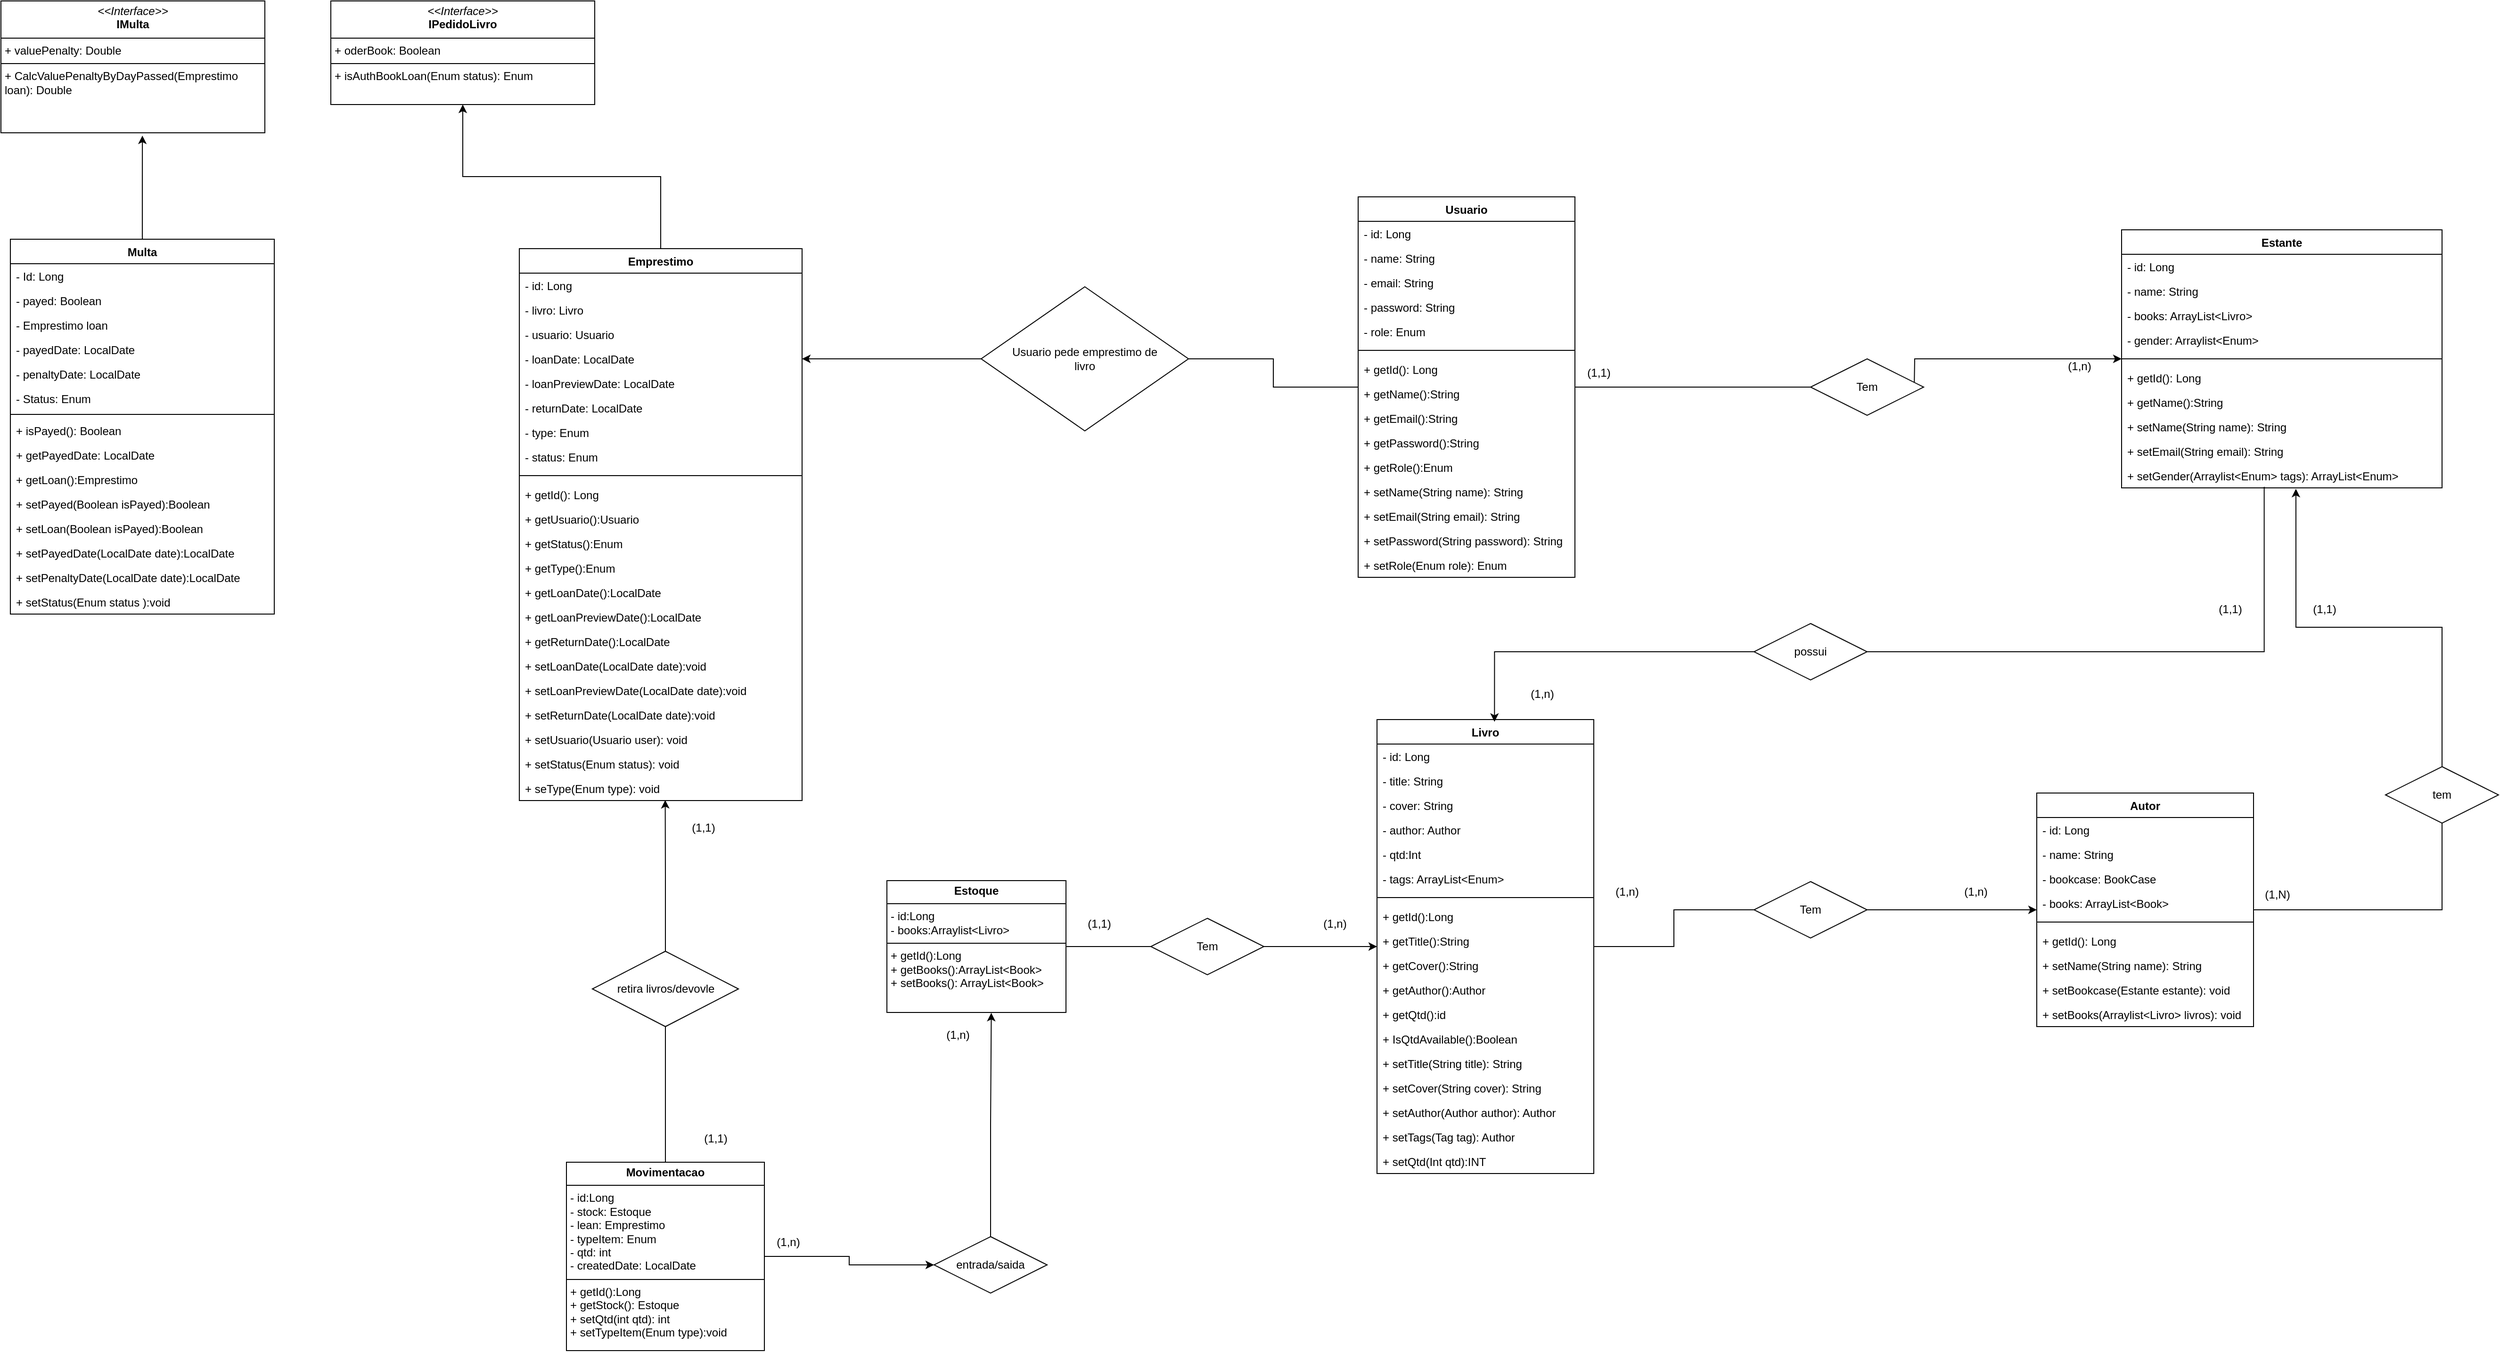
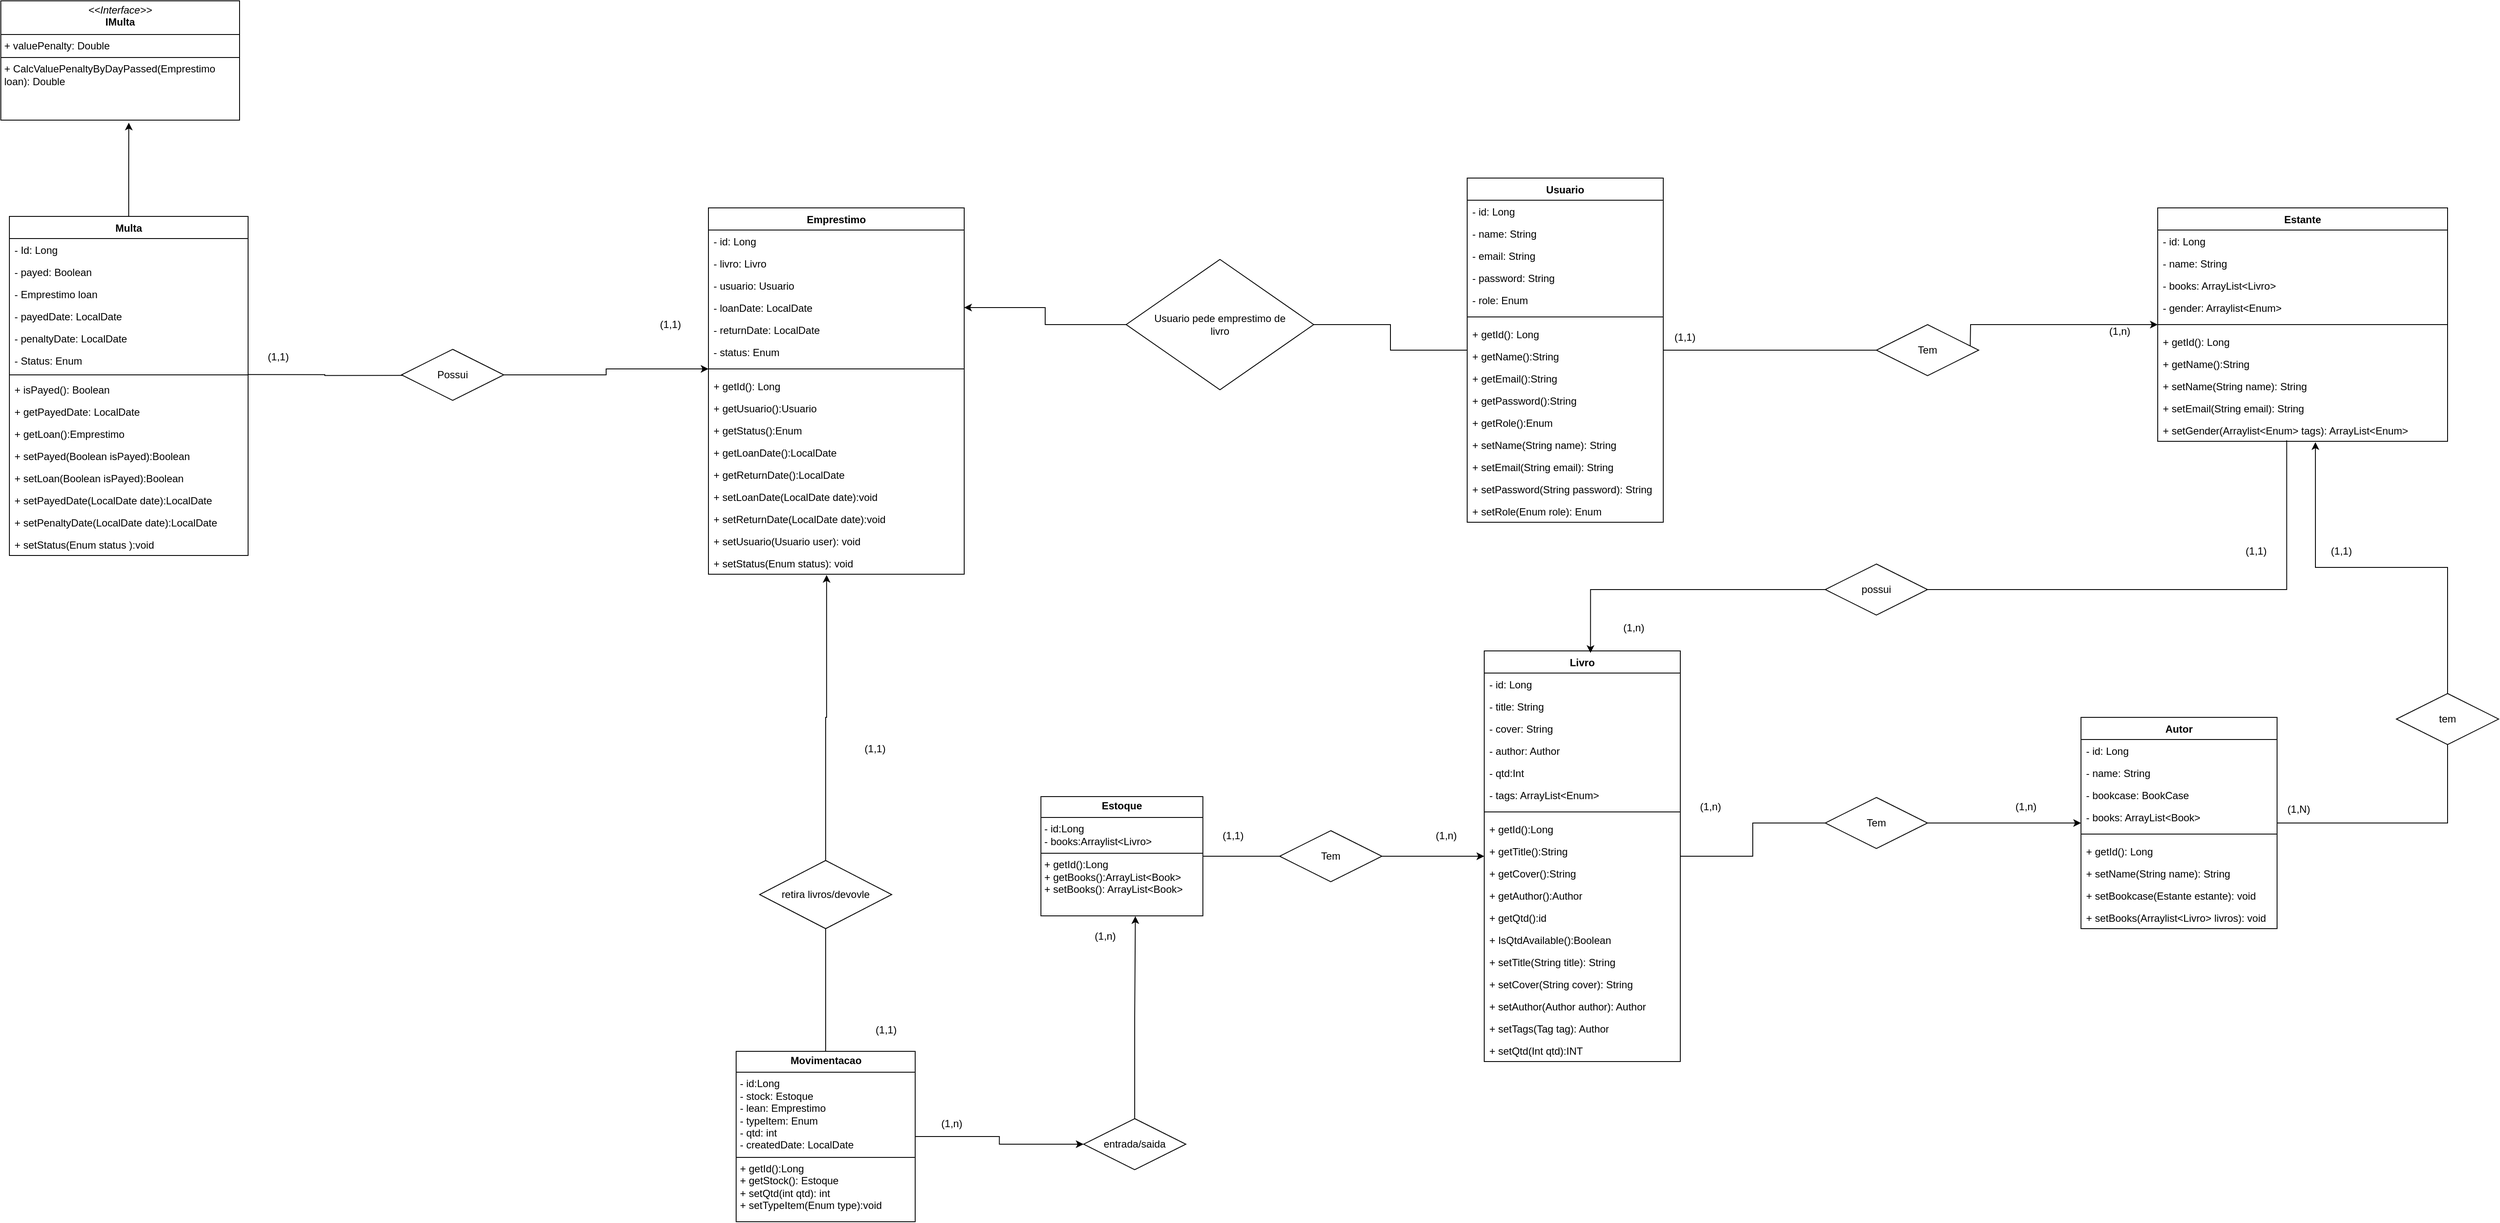
<mxfile host="Electron" agent="Mozilla/5.0 (Windows NT 10.0; Win64; x64) AppleWebKit/537.36 (KHTML, like Gecko) draw.io/29.6.6 Chrome/144.0.7559.236 Electron/40.8.4 Safari/537.36" version="29.6.6">
  <diagram name="Página-1" id="Kx7T9UcbU51RKCMPcttM">
-     <mxGraphModel dx="2792" dy="1096" grid="1" gridSize="10" guides="1" tooltips="1" connect="1" arrows="1" fold="1" page="1" pageScale="1" pageWidth="1169" pageHeight="827" math="0" shadow="0">
+     <mxGraphModel dx="4016" dy="1816" grid="1" gridSize="10" guides="1" tooltips="1" connect="1" arrows="1" fold="1" page="1" pageScale="1" pageWidth="1169" pageHeight="827" math="0" shadow="0">
      <root>
        <mxCell id="0" />
        <mxCell id="1" parent="0" />
        <mxCell id="uXCx0sb0L0lpM-7Oejf6-9" edge="1" parent="1" source="KmSjKLGz71K4W9qImJ2B-2" style="edgeStyle=orthogonalEdgeStyle;rounded=0;orthogonalLoop=1;jettySize=auto;html=1;endArrow=none;endFill=0;entryX=0;entryY=0.5;entryDx=0;entryDy=0;" target="VC9RXPg_d_1Dh3A2mj1C-4">
          <mxGeometry relative="1" as="geometry">
            <mxPoint x="640" y="-2.9999999999997726" as="targetPoint" />
          </mxGeometry>
        </mxCell>
        <mxCell id="VC9RXPg_d_1Dh3A2mj1C-3" edge="1" parent="1" source="KmSjKLGz71K4W9qImJ2B-2" style="edgeStyle=orthogonalEdgeStyle;rounded=0;orthogonalLoop=1;jettySize=auto;html=1;entryX=1;entryY=0.5;entryDx=0;entryDy=0;endArrow=none;endFill=0;" target="VC9RXPg_d_1Dh3A2mj1C-1">
          <mxGeometry relative="1" as="geometry" />
        </mxCell>
        <mxCell id="KmSjKLGz71K4W9qImJ2B-2" parent="1" style="swimlane;fontStyle=1;align=center;verticalAlign=top;childLayout=stackLayout;horizontal=1;startSize=26;horizontalStack=0;resizeParent=1;resizeParentMax=0;resizeLast=0;collapsible=1;marginBottom=0;whiteSpace=wrap;html=1;" value="Usuario" vertex="1">
          <mxGeometry height="404" width="230" x="140" y="-205" as="geometry" />
        </mxCell>
        <mxCell id="KmSjKLGz71K4W9qImJ2B-3" parent="KmSjKLGz71K4W9qImJ2B-2" style="text;strokeColor=none;fillColor=none;align=left;verticalAlign=top;spacingLeft=4;spacingRight=4;overflow=hidden;rotatable=0;points=[[0,0.5],[1,0.5]];portConstraint=eastwest;whiteSpace=wrap;html=1;" value="- id: Long" vertex="1">
          <mxGeometry height="26" width="230" y="26" as="geometry" />
        </mxCell>
        <mxCell id="KmSjKLGz71K4W9qImJ2B-6" parent="KmSjKLGz71K4W9qImJ2B-2" style="text;strokeColor=none;fillColor=none;align=left;verticalAlign=top;spacingLeft=4;spacingRight=4;overflow=hidden;rotatable=0;points=[[0,0.5],[1,0.5]];portConstraint=eastwest;whiteSpace=wrap;html=1;" value="- name: String" vertex="1">
          <mxGeometry height="26" width="230" y="52" as="geometry" />
        </mxCell>
        <mxCell id="KmSjKLGz71K4W9qImJ2B-7" parent="KmSjKLGz71K4W9qImJ2B-2" style="text;strokeColor=none;fillColor=none;align=left;verticalAlign=top;spacingLeft=4;spacingRight=4;overflow=hidden;rotatable=0;points=[[0,0.5],[1,0.5]];portConstraint=eastwest;whiteSpace=wrap;html=1;" value="- email: String" vertex="1">
          <mxGeometry height="26" width="230" y="78" as="geometry" />
        </mxCell>
        <mxCell id="KmSjKLGz71K4W9qImJ2B-8" parent="KmSjKLGz71K4W9qImJ2B-2" style="text;strokeColor=none;fillColor=none;align=left;verticalAlign=top;spacingLeft=4;spacingRight=4;overflow=hidden;rotatable=0;points=[[0,0.5],[1,0.5]];portConstraint=eastwest;whiteSpace=wrap;html=1;" value="- password: String" vertex="1">
          <mxGeometry height="26" width="230" y="104" as="geometry" />
        </mxCell>
        <mxCell id="KmSjKLGz71K4W9qImJ2B-9" parent="KmSjKLGz71K4W9qImJ2B-2" style="text;strokeColor=none;fillColor=none;align=left;verticalAlign=top;spacingLeft=4;spacingRight=4;overflow=hidden;rotatable=0;points=[[0,0.5],[1,0.5]];portConstraint=eastwest;whiteSpace=wrap;html=1;" value="- role: Enum" vertex="1">
          <mxGeometry height="26" width="230" y="130" as="geometry" />
        </mxCell>
        <mxCell id="KmSjKLGz71K4W9qImJ2B-4" parent="KmSjKLGz71K4W9qImJ2B-2" style="line;strokeWidth=1;fillColor=none;align=left;verticalAlign=middle;spacingTop=-1;spacingLeft=3;spacingRight=3;rotatable=0;labelPosition=right;points=[];portConstraint=eastwest;strokeColor=inherit;" value="" vertex="1">
          <mxGeometry height="14" width="230" y="156" as="geometry" />
        </mxCell>
        <mxCell id="KmSjKLGz71K4W9qImJ2B-5" parent="KmSjKLGz71K4W9qImJ2B-2" style="text;strokeColor=none;fillColor=none;align=left;verticalAlign=top;spacingLeft=4;spacingRight=4;overflow=hidden;rotatable=0;points=[[0,0.5],[1,0.5]];portConstraint=eastwest;whiteSpace=wrap;html=1;" value="+ getId(): Long" vertex="1">
          <mxGeometry height="26" width="230" y="170" as="geometry" />
        </mxCell>
        <mxCell id="KmSjKLGz71K4W9qImJ2B-10" parent="KmSjKLGz71K4W9qImJ2B-2" style="text;strokeColor=none;fillColor=none;align=left;verticalAlign=top;spacingLeft=4;spacingRight=4;overflow=hidden;rotatable=0;points=[[0,0.5],[1,0.5]];portConstraint=eastwest;whiteSpace=wrap;html=1;" value="+ getName():String" vertex="1">
          <mxGeometry height="26" width="230" y="196" as="geometry" />
        </mxCell>
        <mxCell id="KmSjKLGz71K4W9qImJ2B-11" parent="KmSjKLGz71K4W9qImJ2B-2" style="text;strokeColor=none;fillColor=none;align=left;verticalAlign=top;spacingLeft=4;spacingRight=4;overflow=hidden;rotatable=0;points=[[0,0.5],[1,0.5]];portConstraint=eastwest;whiteSpace=wrap;html=1;" value="+ getEmail():String" vertex="1">
          <mxGeometry height="26" width="230" y="222" as="geometry" />
        </mxCell>
        <mxCell id="KmSjKLGz71K4W9qImJ2B-12" parent="KmSjKLGz71K4W9qImJ2B-2" style="text;strokeColor=none;fillColor=none;align=left;verticalAlign=top;spacingLeft=4;spacingRight=4;overflow=hidden;rotatable=0;points=[[0,0.5],[1,0.5]];portConstraint=eastwest;whiteSpace=wrap;html=1;" value="+ getPassword():String" vertex="1">
          <mxGeometry height="26" width="230" y="248" as="geometry" />
        </mxCell>
        <mxCell id="KmSjKLGz71K4W9qImJ2B-13" parent="KmSjKLGz71K4W9qImJ2B-2" style="text;strokeColor=none;fillColor=none;align=left;verticalAlign=top;spacingLeft=4;spacingRight=4;overflow=hidden;rotatable=0;points=[[0,0.5],[1,0.5]];portConstraint=eastwest;whiteSpace=wrap;html=1;" value="+ getRole():Enum" vertex="1">
          <mxGeometry height="26" width="230" y="274" as="geometry" />
        </mxCell>
        <mxCell id="KmSjKLGz71K4W9qImJ2B-14" parent="KmSjKLGz71K4W9qImJ2B-2" style="text;strokeColor=none;fillColor=none;align=left;verticalAlign=top;spacingLeft=4;spacingRight=4;overflow=hidden;rotatable=0;points=[[0,0.5],[1,0.5]];portConstraint=eastwest;whiteSpace=wrap;html=1;" value="+ setName(String name): String" vertex="1">
          <mxGeometry height="26" width="230" y="300" as="geometry" />
        </mxCell>
        <mxCell id="KmSjKLGz71K4W9qImJ2B-15" parent="KmSjKLGz71K4W9qImJ2B-2" style="text;strokeColor=none;fillColor=none;align=left;verticalAlign=top;spacingLeft=4;spacingRight=4;overflow=hidden;rotatable=0;points=[[0,0.5],[1,0.5]];portConstraint=eastwest;whiteSpace=wrap;html=1;" value="+ setEmail(String email): String" vertex="1">
          <mxGeometry height="26" width="230" y="326" as="geometry" />
        </mxCell>
        <mxCell id="KmSjKLGz71K4W9qImJ2B-16" parent="KmSjKLGz71K4W9qImJ2B-2" style="text;strokeColor=none;fillColor=none;align=left;verticalAlign=top;spacingLeft=4;spacingRight=4;overflow=hidden;rotatable=0;points=[[0,0.5],[1,0.5]];portConstraint=eastwest;whiteSpace=wrap;html=1;" value="+ setPassword(String password): String" vertex="1">
          <mxGeometry height="26" width="230" y="352" as="geometry" />
        </mxCell>
        <mxCell id="KmSjKLGz71K4W9qImJ2B-17" parent="KmSjKLGz71K4W9qImJ2B-2" style="text;strokeColor=none;fillColor=none;align=left;verticalAlign=top;spacingLeft=4;spacingRight=4;overflow=hidden;rotatable=0;points=[[0,0.5],[1,0.5]];portConstraint=eastwest;whiteSpace=wrap;html=1;" value="+ setRole(Enum role): Enum" vertex="1">
          <mxGeometry height="26" width="230" y="378" as="geometry" />
        </mxCell>
        <mxCell id="uXCx0sb0L0lpM-7Oejf6-8" edge="1" parent="1" source="KmSjKLGz71K4W9qImJ2B-35" style="edgeStyle=orthogonalEdgeStyle;rounded=0;orthogonalLoop=1;jettySize=auto;html=1;entryX=0;entryY=0.5;entryDx=0;entryDy=0;endArrow=none;endFill=0;" target="VC9RXPg_d_1Dh3A2mj1C-8">
          <mxGeometry relative="1" as="geometry">
            <mxPoint x="520" y="552" as="targetPoint" />
          </mxGeometry>
        </mxCell>
        <mxCell id="KmSjKLGz71K4W9qImJ2B-35" parent="1" style="swimlane;fontStyle=1;align=center;verticalAlign=top;childLayout=stackLayout;horizontal=1;startSize=26;horizontalStack=0;resizeParent=1;resizeParentMax=0;resizeLast=0;collapsible=1;marginBottom=0;whiteSpace=wrap;html=1;" value="Livro" vertex="1">
          <mxGeometry height="482" width="230" x="160" y="350" as="geometry" />
        </mxCell>
        <mxCell id="KmSjKLGz71K4W9qImJ2B-36" parent="KmSjKLGz71K4W9qImJ2B-35" style="text;strokeColor=none;fillColor=none;align=left;verticalAlign=top;spacingLeft=4;spacingRight=4;overflow=hidden;rotatable=0;points=[[0,0.5],[1,0.5]];portConstraint=eastwest;whiteSpace=wrap;html=1;" value="- id: Long" vertex="1">
          <mxGeometry height="26" width="230" y="26" as="geometry" />
        </mxCell>
        <mxCell id="KmSjKLGz71K4W9qImJ2B-38" parent="KmSjKLGz71K4W9qImJ2B-35" style="text;strokeColor=none;fillColor=none;align=left;verticalAlign=top;spacingLeft=4;spacingRight=4;overflow=hidden;rotatable=0;points=[[0,0.5],[1,0.5]];portConstraint=eastwest;whiteSpace=wrap;html=1;" value="- title: String" vertex="1">
          <mxGeometry height="26" width="230" y="52" as="geometry" />
        </mxCell>
        <mxCell id="KmSjKLGz71K4W9qImJ2B-39" parent="KmSjKLGz71K4W9qImJ2B-35" style="text;strokeColor=none;fillColor=none;align=left;verticalAlign=top;spacingLeft=4;spacingRight=4;overflow=hidden;rotatable=0;points=[[0,0.5],[1,0.5]];portConstraint=eastwest;whiteSpace=wrap;html=1;" value="- cover: String" vertex="1">
          <mxGeometry height="26" width="230" y="78" as="geometry" />
        </mxCell>
        <mxCell id="KmSjKLGz71K4W9qImJ2B-40" parent="KmSjKLGz71K4W9qImJ2B-35" style="text;strokeColor=none;fillColor=none;align=left;verticalAlign=top;spacingLeft=4;spacingRight=4;overflow=hidden;rotatable=0;points=[[0,0.5],[1,0.5]];portConstraint=eastwest;whiteSpace=wrap;html=1;" value="- author: Author" vertex="1">
          <mxGeometry height="26" width="230" y="104" as="geometry" />
        </mxCell>
        <mxCell id="uXCx0sb0L0lpM-7Oejf6-7" parent="KmSjKLGz71K4W9qImJ2B-35" style="text;strokeColor=none;fillColor=none;align=left;verticalAlign=top;spacingLeft=4;spacingRight=4;overflow=hidden;rotatable=0;points=[[0,0.5],[1,0.5]];portConstraint=eastwest;whiteSpace=wrap;html=1;" value="- qtd:Int" vertex="1">
          <mxGeometry height="26" width="230" y="130" as="geometry" />
        </mxCell>
        <mxCell id="KmSjKLGz71K4W9qImJ2B-139" parent="KmSjKLGz71K4W9qImJ2B-35" style="text;strokeColor=none;fillColor=none;align=left;verticalAlign=top;spacingLeft=4;spacingRight=4;overflow=hidden;rotatable=0;points=[[0,0.5],[1,0.5]];portConstraint=eastwest;whiteSpace=wrap;html=1;" value="- tags: ArrayList&amp;lt;Enum&amp;gt;" vertex="1">
          <mxGeometry height="26" width="230" y="156" as="geometry" />
        </mxCell>
        <mxCell id="KmSjKLGz71K4W9qImJ2B-41" parent="KmSjKLGz71K4W9qImJ2B-35" style="line;strokeWidth=1;fillColor=none;align=left;verticalAlign=middle;spacingTop=-1;spacingLeft=3;spacingRight=3;rotatable=0;labelPosition=right;points=[];portConstraint=eastwest;strokeColor=inherit;" value="" vertex="1">
          <mxGeometry height="14" width="230" y="182" as="geometry" />
        </mxCell>
        <mxCell id="KmSjKLGz71K4W9qImJ2B-42" parent="KmSjKLGz71K4W9qImJ2B-35" style="text;strokeColor=none;fillColor=none;align=left;verticalAlign=top;spacingLeft=4;spacingRight=4;overflow=hidden;rotatable=0;points=[[0,0.5],[1,0.5]];portConstraint=eastwest;whiteSpace=wrap;html=1;" value="+ getId():Long" vertex="1">
          <mxGeometry height="26" width="230" y="196" as="geometry" />
        </mxCell>
        <mxCell id="KmSjKLGz71K4W9qImJ2B-43" parent="KmSjKLGz71K4W9qImJ2B-35" style="text;strokeColor=none;fillColor=none;align=left;verticalAlign=top;spacingLeft=4;spacingRight=4;overflow=hidden;rotatable=0;points=[[0,0.5],[1,0.5]];portConstraint=eastwest;whiteSpace=wrap;html=1;" value="+ getTitle():String" vertex="1">
          <mxGeometry height="26" width="230" y="222" as="geometry" />
        </mxCell>
        <mxCell id="KmSjKLGz71K4W9qImJ2B-44" parent="KmSjKLGz71K4W9qImJ2B-35" style="text;strokeColor=none;fillColor=none;align=left;verticalAlign=top;spacingLeft=4;spacingRight=4;overflow=hidden;rotatable=0;points=[[0,0.5],[1,0.5]];portConstraint=eastwest;whiteSpace=wrap;html=1;" value="+ getCover():String" vertex="1">
          <mxGeometry height="26" width="230" y="248" as="geometry" />
        </mxCell>
        <mxCell id="KmSjKLGz71K4W9qImJ2B-45" parent="KmSjKLGz71K4W9qImJ2B-35" style="text;strokeColor=none;fillColor=none;align=left;verticalAlign=top;spacingLeft=4;spacingRight=4;overflow=hidden;rotatable=0;points=[[0,0.5],[1,0.5]];portConstraint=eastwest;whiteSpace=wrap;html=1;" value="+ getAuthor():Author" vertex="1">
          <mxGeometry height="26" width="230" y="274" as="geometry" />
        </mxCell>
        <mxCell id="VC9RXPg_d_1Dh3A2mj1C-16" parent="KmSjKLGz71K4W9qImJ2B-35" style="text;strokeColor=none;fillColor=none;align=left;verticalAlign=top;spacingLeft=4;spacingRight=4;overflow=hidden;rotatable=0;points=[[0,0.5],[1,0.5]];portConstraint=eastwest;whiteSpace=wrap;html=1;" value="+ getQtd():id" vertex="1">
          <mxGeometry height="26" width="230" y="300" as="geometry" />
        </mxCell>
        <mxCell id="VC9RXPg_d_1Dh3A2mj1C-17" parent="KmSjKLGz71K4W9qImJ2B-35" style="text;strokeColor=none;fillColor=none;align=left;verticalAlign=top;spacingLeft=4;spacingRight=4;overflow=hidden;rotatable=0;points=[[0,0.5],[1,0.5]];portConstraint=eastwest;whiteSpace=wrap;html=1;" value="+ IsQtdAvailable():Boolean" vertex="1">
          <mxGeometry height="26" width="230" y="326" as="geometry" />
        </mxCell>
        <mxCell id="KmSjKLGz71K4W9qImJ2B-47" parent="KmSjKLGz71K4W9qImJ2B-35" style="text;strokeColor=none;fillColor=none;align=left;verticalAlign=top;spacingLeft=4;spacingRight=4;overflow=hidden;rotatable=0;points=[[0,0.5],[1,0.5]];portConstraint=eastwest;whiteSpace=wrap;html=1;" value="+ setTitle(String title): String" vertex="1">
          <mxGeometry height="26" width="230" y="352" as="geometry" />
        </mxCell>
        <mxCell id="KmSjKLGz71K4W9qImJ2B-48" parent="KmSjKLGz71K4W9qImJ2B-35" style="text;strokeColor=none;fillColor=none;align=left;verticalAlign=top;spacingLeft=4;spacingRight=4;overflow=hidden;rotatable=0;points=[[0,0.5],[1,0.5]];portConstraint=eastwest;whiteSpace=wrap;html=1;" value="+ setCover(String cover): String" vertex="1">
          <mxGeometry height="26" width="230" y="378" as="geometry" />
        </mxCell>
        <mxCell id="KmSjKLGz71K4W9qImJ2B-49" parent="KmSjKLGz71K4W9qImJ2B-35" style="text;strokeColor=none;fillColor=none;align=left;verticalAlign=top;spacingLeft=4;spacingRight=4;overflow=hidden;rotatable=0;points=[[0,0.5],[1,0.5]];portConstraint=eastwest;whiteSpace=wrap;html=1;" value="+ setAuthor(Author author): Author" vertex="1">
          <mxGeometry height="26" width="230" y="404" as="geometry" />
        </mxCell>
        <mxCell id="KmSjKLGz71K4W9qImJ2B-140" parent="KmSjKLGz71K4W9qImJ2B-35" style="text;strokeColor=none;fillColor=none;align=left;verticalAlign=top;spacingLeft=4;spacingRight=4;overflow=hidden;rotatable=0;points=[[0,0.5],[1,0.5]];portConstraint=eastwest;whiteSpace=wrap;html=1;" value="+ setTags(Tag tag): Author" vertex="1">
          <mxGeometry height="26" width="230" y="430" as="geometry" />
        </mxCell>
        <mxCell id="VC9RXPg_d_1Dh3A2mj1C-18" parent="KmSjKLGz71K4W9qImJ2B-35" style="text;strokeColor=none;fillColor=none;align=left;verticalAlign=top;spacingLeft=4;spacingRight=4;overflow=hidden;rotatable=0;points=[[0,0.5],[1,0.5]];portConstraint=eastwest;whiteSpace=wrap;html=1;" value="+ setQtd(Int qtd):INT" vertex="1">
          <mxGeometry height="26" width="230" y="456" as="geometry" />
        </mxCell>
        <mxCell id="dsXsR4ag7PACNrRJgRpK-17" edge="1" parent="1" source="KmSjKLGz71K4W9qImJ2B-64" style="edgeStyle=orthogonalEdgeStyle;rounded=0;orthogonalLoop=1;jettySize=auto;html=1;entryX=0.5;entryY=1;entryDx=0;entryDy=0;endArrow=none;endFill=0;" target="dsXsR4ag7PACNrRJgRpK-18">
          <mxGeometry relative="1" as="geometry">
            <mxPoint x="1230" y="380" as="targetPoint" />
          </mxGeometry>
        </mxCell>
        <mxCell id="KmSjKLGz71K4W9qImJ2B-64" parent="1" style="swimlane;fontStyle=1;align=center;verticalAlign=top;childLayout=stackLayout;horizontal=1;startSize=26;horizontalStack=0;resizeParent=1;resizeParentMax=0;resizeLast=0;collapsible=1;marginBottom=0;whiteSpace=wrap;html=1;" value="Autor" vertex="1">
          <mxGeometry height="248" width="230" x="860" y="428" as="geometry" />
        </mxCell>
        <mxCell id="KmSjKLGz71K4W9qImJ2B-65" parent="KmSjKLGz71K4W9qImJ2B-64" style="text;strokeColor=none;fillColor=none;align=left;verticalAlign=top;spacingLeft=4;spacingRight=4;overflow=hidden;rotatable=0;points=[[0,0.5],[1,0.5]];portConstraint=eastwest;whiteSpace=wrap;html=1;" value="- id: Long" vertex="1">
          <mxGeometry height="26" width="230" y="26" as="geometry" />
        </mxCell>
        <mxCell id="KmSjKLGz71K4W9qImJ2B-66" parent="KmSjKLGz71K4W9qImJ2B-64" style="text;strokeColor=none;fillColor=none;align=left;verticalAlign=top;spacingLeft=4;spacingRight=4;overflow=hidden;rotatable=0;points=[[0,0.5],[1,0.5]];portConstraint=eastwest;whiteSpace=wrap;html=1;" value="- name: String" vertex="1">
          <mxGeometry height="26" width="230" y="52" as="geometry" />
        </mxCell>
        <mxCell id="KmSjKLGz71K4W9qImJ2B-149" parent="KmSjKLGz71K4W9qImJ2B-64" style="text;strokeColor=none;fillColor=none;align=left;verticalAlign=top;spacingLeft=4;spacingRight=4;overflow=hidden;rotatable=0;points=[[0,0.5],[1,0.5]];portConstraint=eastwest;whiteSpace=wrap;html=1;" value="- bookcase: BookCase" vertex="1">
          <mxGeometry height="26" width="230" y="78" as="geometry" />
        </mxCell>
        <mxCell id="uXCx0sb0L0lpM-7Oejf6-3" parent="KmSjKLGz71K4W9qImJ2B-64" style="text;strokeColor=none;fillColor=none;align=left;verticalAlign=top;spacingLeft=4;spacingRight=4;overflow=hidden;rotatable=0;points=[[0,0.5],[1,0.5]];portConstraint=eastwest;whiteSpace=wrap;html=1;" value="- books: ArrayList&amp;lt;Book&amp;gt;" vertex="1">
          <mxGeometry height="26" width="230" y="104" as="geometry" />
        </mxCell>
        <mxCell id="KmSjKLGz71K4W9qImJ2B-70" parent="KmSjKLGz71K4W9qImJ2B-64" style="line;strokeWidth=1;fillColor=none;align=left;verticalAlign=middle;spacingTop=-1;spacingLeft=3;spacingRight=3;rotatable=0;labelPosition=right;points=[];portConstraint=eastwest;strokeColor=inherit;" value="" vertex="1">
          <mxGeometry height="14" width="230" y="130" as="geometry" />
        </mxCell>
        <mxCell id="KmSjKLGz71K4W9qImJ2B-71" parent="KmSjKLGz71K4W9qImJ2B-64" style="text;strokeColor=none;fillColor=none;align=left;verticalAlign=top;spacingLeft=4;spacingRight=4;overflow=hidden;rotatable=0;points=[[0,0.5],[1,0.5]];portConstraint=eastwest;whiteSpace=wrap;html=1;" value="+ getId(): Long" vertex="1">
          <mxGeometry height="26" width="230" y="144" as="geometry" />
        </mxCell>
        <mxCell id="KmSjKLGz71K4W9qImJ2B-76" parent="KmSjKLGz71K4W9qImJ2B-64" style="text;strokeColor=none;fillColor=none;align=left;verticalAlign=top;spacingLeft=4;spacingRight=4;overflow=hidden;rotatable=0;points=[[0,0.5],[1,0.5]];portConstraint=eastwest;whiteSpace=wrap;html=1;" value="+ setName(String name): String" vertex="1">
          <mxGeometry height="26" width="230" y="170" as="geometry" />
        </mxCell>
        <mxCell id="dsXsR4ag7PACNrRJgRpK-15" parent="KmSjKLGz71K4W9qImJ2B-64" style="text;strokeColor=none;fillColor=none;align=left;verticalAlign=top;spacingLeft=4;spacingRight=4;overflow=hidden;rotatable=0;points=[[0,0.5],[1,0.5]];portConstraint=eastwest;whiteSpace=wrap;html=1;" value="+ setBookcase(Estante estante): void" vertex="1">
          <mxGeometry height="26" width="230" y="196" as="geometry" />
        </mxCell>
        <mxCell id="dsXsR4ag7PACNrRJgRpK-16" parent="KmSjKLGz71K4W9qImJ2B-64" style="text;strokeColor=none;fillColor=none;align=left;verticalAlign=top;spacingLeft=4;spacingRight=4;overflow=hidden;rotatable=0;points=[[0,0.5],[1,0.5]];portConstraint=eastwest;whiteSpace=wrap;html=1;" value="+ setBooks(Arraylist&amp;lt;Livro&amp;gt; livros): void" vertex="1">
          <mxGeometry height="26" width="230" y="222" as="geometry" />
        </mxCell>
-         <mxCell id="VC9RXPg_d_1Dh3A2mj1C-57" edge="1" parent="1" source="KmSjKLGz71K4W9qImJ2B-80" style="edgeStyle=orthogonalEdgeStyle;rounded=0;orthogonalLoop=1;jettySize=auto;html=1;entryX=0.5;entryY=1;entryDx=0;entryDy=0;" target="VC9RXPg_d_1Dh3A2mj1C-39">
-           <mxGeometry relative="1" as="geometry" />
-         </mxCell>
        <mxCell id="KmSjKLGz71K4W9qImJ2B-80" parent="1" style="swimlane;fontStyle=1;align=center;verticalAlign=top;childLayout=stackLayout;horizontal=1;startSize=26;horizontalStack=0;resizeParent=1;resizeParentMax=0;resizeLast=0;collapsible=1;marginBottom=0;whiteSpace=wrap;html=1;" value="Emprestimo" vertex="1">
-           <mxGeometry height="586" width="300" x="-750" y="-150" as="geometry" />
+           <mxGeometry height="430" width="300" x="-750" y="-170" as="geometry" />
        </mxCell>
        <mxCell id="KmSjKLGz71K4W9qImJ2B-81" parent="KmSjKLGz71K4W9qImJ2B-80" style="text;strokeColor=none;fillColor=none;align=left;verticalAlign=top;spacingLeft=4;spacingRight=4;overflow=hidden;rotatable=0;points=[[0,0.5],[1,0.5]];portConstraint=eastwest;whiteSpace=wrap;html=1;" value="- id: Long" vertex="1">
          <mxGeometry height="26" width="300" y="26" as="geometry" />
        </mxCell>
        <mxCell id="KmSjKLGz71K4W9qImJ2B-82" parent="KmSjKLGz71K4W9qImJ2B-80" style="text;strokeColor=none;fillColor=none;align=left;verticalAlign=top;spacingLeft=4;spacingRight=4;overflow=hidden;rotatable=0;points=[[0,0.5],[1,0.5]];portConstraint=eastwest;whiteSpace=wrap;html=1;" value="- livro: Livro" vertex="1">
          <mxGeometry height="26" width="300" y="52" as="geometry" />
        </mxCell>
        <mxCell id="uXCx0sb0L0lpM-7Oejf6-6" parent="KmSjKLGz71K4W9qImJ2B-80" style="text;strokeColor=none;fillColor=none;align=left;verticalAlign=top;spacingLeft=4;spacingRight=4;overflow=hidden;rotatable=0;points=[[0,0.5],[1,0.5]];portConstraint=eastwest;whiteSpace=wrap;html=1;" value="- usuario: Usuario" vertex="1">
          <mxGeometry height="26" width="300" y="78" as="geometry" />
        </mxCell>
        <mxCell id="KmSjKLGz71K4W9qImJ2B-84" parent="KmSjKLGz71K4W9qImJ2B-80" style="text;strokeColor=none;fillColor=none;align=left;verticalAlign=top;spacingLeft=4;spacingRight=4;overflow=hidden;rotatable=0;points=[[0,0.5],[1,0.5]];portConstraint=eastwest;whiteSpace=wrap;html=1;" value="- loanDate: LocalDate" vertex="1">
          <mxGeometry height="26" width="300" y="104" as="geometry" />
        </mxCell>
-         <mxCell id="VC9RXPg_d_1Dh3A2mj1C-9" parent="KmSjKLGz71K4W9qImJ2B-80" style="text;strokeColor=none;fillColor=none;align=left;verticalAlign=top;spacingLeft=4;spacingRight=4;overflow=hidden;rotatable=0;points=[[0,0.5],[1,0.5]];portConstraint=eastwest;whiteSpace=wrap;html=1;" value="- loanPreviewDate: LocalDate" vertex="1">
+         <mxCell id="uXCx0sb0L0lpM-7Oejf6-5" parent="KmSjKLGz71K4W9qImJ2B-80" style="text;strokeColor=none;fillColor=none;align=left;verticalAlign=top;spacingLeft=4;spacingRight=4;overflow=hidden;rotatable=0;points=[[0,0.5],[1,0.5]];portConstraint=eastwest;whiteSpace=wrap;html=1;" value="- returnDate: LocalDate" vertex="1">
          <mxGeometry height="26" width="300" y="130" as="geometry" />
        </mxCell>
-         <mxCell id="uXCx0sb0L0lpM-7Oejf6-5" parent="KmSjKLGz71K4W9qImJ2B-80" style="text;strokeColor=none;fillColor=none;align=left;verticalAlign=top;spacingLeft=4;spacingRight=4;overflow=hidden;rotatable=0;points=[[0,0.5],[1,0.5]];portConstraint=eastwest;whiteSpace=wrap;html=1;" value="- returnDate: LocalDate" vertex="1">
+         <mxCell id="VC9RXPg_d_1Dh3A2mj1C-10" parent="KmSjKLGz71K4W9qImJ2B-80" style="text;strokeColor=none;fillColor=none;align=left;verticalAlign=top;spacingLeft=4;spacingRight=4;overflow=hidden;rotatable=0;points=[[0,0.5],[1,0.5]];portConstraint=eastwest;whiteSpace=wrap;html=1;" value="- status: Enum" vertex="1">
          <mxGeometry height="26" width="300" y="156" as="geometry" />
        </mxCell>
-         <mxCell id="VC9RXPg_d_1Dh3A2mj1C-29" parent="KmSjKLGz71K4W9qImJ2B-80" style="text;strokeColor=none;fillColor=none;align=left;verticalAlign=top;spacingLeft=4;spacingRight=4;overflow=hidden;rotatable=0;points=[[0,0.5],[1,0.5]];portConstraint=eastwest;whiteSpace=wrap;html=1;" value="- type: Enum" vertex="1">
-           <mxGeometry height="26" width="300" y="182" as="geometry" />
-         </mxCell>
-         <mxCell id="VC9RXPg_d_1Dh3A2mj1C-10" parent="KmSjKLGz71K4W9qImJ2B-80" style="text;strokeColor=none;fillColor=none;align=left;verticalAlign=top;spacingLeft=4;spacingRight=4;overflow=hidden;rotatable=0;points=[[0,0.5],[1,0.5]];portConstraint=eastwest;whiteSpace=wrap;html=1;" value="- status: Enum" vertex="1">
-           <mxGeometry height="26" width="300" y="208" as="geometry" />
-         </mxCell>
        <mxCell id="KmSjKLGz71K4W9qImJ2B-86" parent="KmSjKLGz71K4W9qImJ2B-80" style="line;strokeWidth=1;fillColor=none;align=left;verticalAlign=middle;spacingTop=-1;spacingLeft=3;spacingRight=3;rotatable=0;labelPosition=right;points=[];portConstraint=eastwest;strokeColor=inherit;" value="" vertex="1">
-           <mxGeometry height="14" width="300" y="234" as="geometry" />
+           <mxGeometry height="14" width="300" y="182" as="geometry" />
        </mxCell>
        <mxCell id="KmSjKLGz71K4W9qImJ2B-87" parent="KmSjKLGz71K4W9qImJ2B-80" style="text;strokeColor=none;fillColor=none;align=left;verticalAlign=top;spacingLeft=4;spacingRight=4;overflow=hidden;rotatable=0;points=[[0,0.5],[1,0.5]];portConstraint=eastwest;whiteSpace=wrap;html=1;" value="+ getId(): Long" vertex="1">
+           <mxGeometry height="26" width="300" y="196" as="geometry" />
+         </mxCell>
+         <mxCell id="KmSjKLGz71K4W9qImJ2B-89" parent="KmSjKLGz71K4W9qImJ2B-80" style="text;strokeColor=none;fillColor=none;align=left;verticalAlign=top;spacingLeft=4;spacingRight=4;overflow=hidden;rotatable=0;points=[[0,0.5],[1,0.5]];portConstraint=eastwest;whiteSpace=wrap;html=1;" value="+ getUsuario():Usuario" vertex="1">
+           <mxGeometry height="26" width="300" y="222" as="geometry" />
+         </mxCell>
+         <mxCell id="KmSjKLGz71K4W9qImJ2B-91" parent="KmSjKLGz71K4W9qImJ2B-80" style="text;strokeColor=none;fillColor=none;align=left;verticalAlign=top;spacingLeft=4;spacingRight=4;overflow=hidden;rotatable=0;points=[[0,0.5],[1,0.5]];portConstraint=eastwest;whiteSpace=wrap;html=1;" value="+ getStatus():Enum" vertex="1">
          <mxGeometry height="26" width="300" y="248" as="geometry" />
        </mxCell>
-         <mxCell id="KmSjKLGz71K4W9qImJ2B-89" parent="KmSjKLGz71K4W9qImJ2B-80" style="text;strokeColor=none;fillColor=none;align=left;verticalAlign=top;spacingLeft=4;spacingRight=4;overflow=hidden;rotatable=0;points=[[0,0.5],[1,0.5]];portConstraint=eastwest;whiteSpace=wrap;html=1;" value="+ getUsuario():Usuario" vertex="1">
+         <mxCell id="VC9RXPg_d_1Dh3A2mj1C-22" parent="KmSjKLGz71K4W9qImJ2B-80" style="text;strokeColor=none;fillColor=none;align=left;verticalAlign=top;spacingLeft=4;spacingRight=4;overflow=hidden;rotatable=0;points=[[0,0.5],[1,0.5]];portConstraint=eastwest;whiteSpace=wrap;html=1;" value="+ getLoanDate():LocalDate" vertex="1">
          <mxGeometry height="26" width="300" y="274" as="geometry" />
        </mxCell>
-         <mxCell id="KmSjKLGz71K4W9qImJ2B-91" parent="KmSjKLGz71K4W9qImJ2B-80" style="text;strokeColor=none;fillColor=none;align=left;verticalAlign=top;spacingLeft=4;spacingRight=4;overflow=hidden;rotatable=0;points=[[0,0.5],[1,0.5]];portConstraint=eastwest;whiteSpace=wrap;html=1;" value="+ getStatus():Enum" vertex="1">
+         <mxCell id="VC9RXPg_d_1Dh3A2mj1C-26" parent="KmSjKLGz71K4W9qImJ2B-80" style="text;strokeColor=none;fillColor=none;align=left;verticalAlign=top;spacingLeft=4;spacingRight=4;overflow=hidden;rotatable=0;points=[[0,0.5],[1,0.5]];portConstraint=eastwest;whiteSpace=wrap;html=1;" value="+ getReturnDate():LocalDate" vertex="1">
          <mxGeometry height="26" width="300" y="300" as="geometry" />
        </mxCell>
-         <mxCell id="VC9RXPg_d_1Dh3A2mj1C-30" parent="KmSjKLGz71K4W9qImJ2B-80" style="text;strokeColor=none;fillColor=none;align=left;verticalAlign=top;spacingLeft=4;spacingRight=4;overflow=hidden;rotatable=0;points=[[0,0.5],[1,0.5]];portConstraint=eastwest;whiteSpace=wrap;html=1;" value="+ getType():Enum" vertex="1">
+         <mxCell id="VC9RXPg_d_1Dh3A2mj1C-23" parent="KmSjKLGz71K4W9qImJ2B-80" style="text;strokeColor=none;fillColor=none;align=left;verticalAlign=top;spacingLeft=4;spacingRight=4;overflow=hidden;rotatable=0;points=[[0,0.5],[1,0.5]];portConstraint=eastwest;whiteSpace=wrap;html=1;" value="+ setLoanDate(LocalDate date):void" vertex="1">
          <mxGeometry height="26" width="300" y="326" as="geometry" />
        </mxCell>
-         <mxCell id="VC9RXPg_d_1Dh3A2mj1C-22" parent="KmSjKLGz71K4W9qImJ2B-80" style="text;strokeColor=none;fillColor=none;align=left;verticalAlign=top;spacingLeft=4;spacingRight=4;overflow=hidden;rotatable=0;points=[[0,0.5],[1,0.5]];portConstraint=eastwest;whiteSpace=wrap;html=1;" value="+ getLoanDate():LocalDate" vertex="1">
+         <mxCell id="VC9RXPg_d_1Dh3A2mj1C-27" parent="KmSjKLGz71K4W9qImJ2B-80" style="text;strokeColor=none;fillColor=none;align=left;verticalAlign=top;spacingLeft=4;spacingRight=4;overflow=hidden;rotatable=0;points=[[0,0.5],[1,0.5]];portConstraint=eastwest;whiteSpace=wrap;html=1;" value="+ setReturnDate(LocalDate date):void" vertex="1">
          <mxGeometry height="26" width="300" y="352" as="geometry" />
        </mxCell>
-         <mxCell id="VC9RXPg_d_1Dh3A2mj1C-24" parent="KmSjKLGz71K4W9qImJ2B-80" style="text;strokeColor=none;fillColor=none;align=left;verticalAlign=top;spacingLeft=4;spacingRight=4;overflow=hidden;rotatable=0;points=[[0,0.5],[1,0.5]];portConstraint=eastwest;whiteSpace=wrap;html=1;" value="+ getLoanPreviewDate():LocalDate" vertex="1">
+         <mxCell id="KmSjKLGz71K4W9qImJ2B-92" parent="KmSjKLGz71K4W9qImJ2B-80" style="text;strokeColor=none;fillColor=none;align=left;verticalAlign=top;spacingLeft=4;spacingRight=4;overflow=hidden;rotatable=0;points=[[0,0.5],[1,0.5]];portConstraint=eastwest;whiteSpace=wrap;html=1;" value="+ setUsuario(Usuario user): void" vertex="1">
          <mxGeometry height="26" width="300" y="378" as="geometry" />
        </mxCell>
-         <mxCell id="VC9RXPg_d_1Dh3A2mj1C-26" parent="KmSjKLGz71K4W9qImJ2B-80" style="text;strokeColor=none;fillColor=none;align=left;verticalAlign=top;spacingLeft=4;spacingRight=4;overflow=hidden;rotatable=0;points=[[0,0.5],[1,0.5]];portConstraint=eastwest;whiteSpace=wrap;html=1;" value="+ getReturnDate():LocalDate" vertex="1">
+         <mxCell id="VC9RXPg_d_1Dh3A2mj1C-31" parent="KmSjKLGz71K4W9qImJ2B-80" style="text;strokeColor=none;fillColor=none;align=left;verticalAlign=top;spacingLeft=4;spacingRight=4;overflow=hidden;rotatable=0;points=[[0,0.5],[1,0.5]];portConstraint=eastwest;whiteSpace=wrap;html=1;" value="+ setStatus(Enum status): void" vertex="1">
          <mxGeometry height="26" width="300" y="404" as="geometry" />
-         </mxCell>
-         <mxCell id="VC9RXPg_d_1Dh3A2mj1C-23" parent="KmSjKLGz71K4W9qImJ2B-80" style="text;strokeColor=none;fillColor=none;align=left;verticalAlign=top;spacingLeft=4;spacingRight=4;overflow=hidden;rotatable=0;points=[[0,0.5],[1,0.5]];portConstraint=eastwest;whiteSpace=wrap;html=1;" value="+ setLoanDate(LocalDate date):void" vertex="1">
-           <mxGeometry height="26" width="300" y="430" as="geometry" />
-         </mxCell>
-         <mxCell id="VC9RXPg_d_1Dh3A2mj1C-25" parent="KmSjKLGz71K4W9qImJ2B-80" style="text;strokeColor=none;fillColor=none;align=left;verticalAlign=top;spacingLeft=4;spacingRight=4;overflow=hidden;rotatable=0;points=[[0,0.5],[1,0.5]];portConstraint=eastwest;whiteSpace=wrap;html=1;" value="+ setLoanPreviewDate(LocalDate date):void" vertex="1">
-           <mxGeometry height="26" width="300" y="456" as="geometry" />
-         </mxCell>
-         <mxCell id="VC9RXPg_d_1Dh3A2mj1C-27" parent="KmSjKLGz71K4W9qImJ2B-80" style="text;strokeColor=none;fillColor=none;align=left;verticalAlign=top;spacingLeft=4;spacingRight=4;overflow=hidden;rotatable=0;points=[[0,0.5],[1,0.5]];portConstraint=eastwest;whiteSpace=wrap;html=1;" value="+ setReturnDate(LocalDate date):void" vertex="1">
-           <mxGeometry height="26" width="300" y="482" as="geometry" />
-         </mxCell>
-         <mxCell id="KmSjKLGz71K4W9qImJ2B-92" parent="KmSjKLGz71K4W9qImJ2B-80" style="text;strokeColor=none;fillColor=none;align=left;verticalAlign=top;spacingLeft=4;spacingRight=4;overflow=hidden;rotatable=0;points=[[0,0.5],[1,0.5]];portConstraint=eastwest;whiteSpace=wrap;html=1;" value="+ setUsuario(Usuario user): void" vertex="1">
-           <mxGeometry height="26" width="300" y="508" as="geometry" />
-         </mxCell>
-         <mxCell id="VC9RXPg_d_1Dh3A2mj1C-31" parent="KmSjKLGz71K4W9qImJ2B-80" style="text;strokeColor=none;fillColor=none;align=left;verticalAlign=top;spacingLeft=4;spacingRight=4;overflow=hidden;rotatable=0;points=[[0,0.5],[1,0.5]];portConstraint=eastwest;whiteSpace=wrap;html=1;" value="+ setStatus(Enum status): void" vertex="1">
-           <mxGeometry height="26" width="300" y="534" as="geometry" />
-         </mxCell>
-         <mxCell id="VC9RXPg_d_1Dh3A2mj1C-32" parent="KmSjKLGz71K4W9qImJ2B-80" style="text;strokeColor=none;fillColor=none;align=left;verticalAlign=top;spacingLeft=4;spacingRight=4;overflow=hidden;rotatable=0;points=[[0,0.5],[1,0.5]];portConstraint=eastwest;whiteSpace=wrap;html=1;" value="+ seType(Enum type): void" vertex="1">
-           <mxGeometry height="26" width="300" y="560" as="geometry" />
        </mxCell>
        <mxCell id="KmSjKLGz71K4W9qImJ2B-99" edge="1" parent="1" source="VC9RXPg_d_1Dh3A2mj1C-8" style="edgeStyle=orthogonalEdgeStyle;rounded=0;orthogonalLoop=1;jettySize=auto;html=1;exitX=1;exitY=0.5;exitDx=0;exitDy=0;" target="KmSjKLGz71K4W9qImJ2B-64">
          <mxGeometry relative="1" as="geometry">
            <mxPoint x="640" y="552" as="sourcePoint" />
          </mxGeometry>
        </mxCell>
        <mxCell id="KmSjKLGz71K4W9qImJ2B-100" parent="1" style="text;html=1;align=center;verticalAlign=middle;resizable=0;points=[];autosize=1;strokeColor=none;fillColor=none;" value="(1,n)" vertex="1">
          <mxGeometry height="30" width="50" x="400" y="518" as="geometry" />
        </mxCell>
        <mxCell id="uXCx0sb0L0lpM-7Oejf6-14" edge="1" parent="1" source="KmSjKLGz71K4W9qImJ2B-129" style="edgeStyle=orthogonalEdgeStyle;rounded=0;orthogonalLoop=1;jettySize=auto;html=1;entryX=1;entryY=0.5;entryDx=0;entryDy=0;endArrow=none;endFill=0;startArrow=classic;startFill=1;">
          <mxGeometry relative="1" as="geometry">
            <mxPoint x="941.02" y="-5.16599999999994" as="sourcePoint" />
            <mxPoint x="730" y="-3" as="targetPoint" />
          </mxGeometry>
        </mxCell>
        <mxCell id="VC9RXPg_d_1Dh3A2mj1C-12" edge="1" parent="1" source="KmSjKLGz71K4W9qImJ2B-138" style="edgeStyle=orthogonalEdgeStyle;rounded=0;orthogonalLoop=1;jettySize=auto;html=1;entryX=1;entryY=0.5;entryDx=0;entryDy=0;exitX=0.445;exitY=0.959;exitDx=0;exitDy=0;exitPerimeter=0;endArrow=none;endFill=0;" target="VC9RXPg_d_1Dh3A2mj1C-11">
          <mxGeometry relative="1" as="geometry">
            <Array as="points">
              <mxPoint x="1101" y="278" />
            </Array>
            <mxPoint x="1095.0226315789475" y="248" as="sourcePoint" />
            <mxPoint x="714.97" y="278" as="targetPoint" />
          </mxGeometry>
        </mxCell>
        <mxCell id="KmSjKLGz71K4W9qImJ2B-123" parent="1" style="swimlane;fontStyle=1;align=center;verticalAlign=top;childLayout=stackLayout;horizontal=1;startSize=26;horizontalStack=0;resizeParent=1;resizeParentMax=0;resizeLast=0;collapsible=1;marginBottom=0;whiteSpace=wrap;html=1;" value="Estante" vertex="1">
          <mxGeometry height="274" width="340" x="950" y="-170" as="geometry" />
        </mxCell>
        <mxCell id="KmSjKLGz71K4W9qImJ2B-124" parent="KmSjKLGz71K4W9qImJ2B-123" style="text;strokeColor=none;fillColor=none;align=left;verticalAlign=top;spacingLeft=4;spacingRight=4;overflow=hidden;rotatable=0;points=[[0,0.5],[1,0.5]];portConstraint=eastwest;whiteSpace=wrap;html=1;" value="- id: Long" vertex="1">
          <mxGeometry height="26" width="340" y="26" as="geometry" />
        </mxCell>
        <mxCell id="KmSjKLGz71K4W9qImJ2B-125" parent="KmSjKLGz71K4W9qImJ2B-123" style="text;strokeColor=none;fillColor=none;align=left;verticalAlign=top;spacingLeft=4;spacingRight=4;overflow=hidden;rotatable=0;points=[[0,0.5],[1,0.5]];portConstraint=eastwest;whiteSpace=wrap;html=1;" value="- name: String" vertex="1">
          <mxGeometry height="26" width="340" y="52" as="geometry" />
        </mxCell>
        <mxCell id="KmSjKLGz71K4W9qImJ2B-126" parent="KmSjKLGz71K4W9qImJ2B-123" style="text;strokeColor=none;fillColor=none;align=left;verticalAlign=top;spacingLeft=4;spacingRight=4;overflow=hidden;rotatable=0;points=[[0,0.5],[1,0.5]];portConstraint=eastwest;whiteSpace=wrap;html=1;" value="- books: ArrayList&amp;lt;Livro&amp;gt;" vertex="1">
          <mxGeometry height="26" width="340" y="78" as="geometry" />
        </mxCell>
        <mxCell id="KmSjKLGz71K4W9qImJ2B-155" parent="KmSjKLGz71K4W9qImJ2B-123" style="text;strokeColor=none;fillColor=none;align=left;verticalAlign=top;spacingLeft=4;spacingRight=4;overflow=hidden;rotatable=0;points=[[0,0.5],[1,0.5]];portConstraint=eastwest;whiteSpace=wrap;html=1;" value="- gender: Arraylist&amp;lt;Enum&amp;gt;" vertex="1">
          <mxGeometry height="26" width="340" y="104" as="geometry" />
        </mxCell>
        <mxCell id="KmSjKLGz71K4W9qImJ2B-129" parent="KmSjKLGz71K4W9qImJ2B-123" style="line;strokeWidth=1;fillColor=none;align=left;verticalAlign=middle;spacingTop=-1;spacingLeft=3;spacingRight=3;rotatable=0;labelPosition=right;points=[];portConstraint=eastwest;strokeColor=inherit;" value="" vertex="1">
          <mxGeometry height="14" width="340" y="130" as="geometry" />
        </mxCell>
        <mxCell id="KmSjKLGz71K4W9qImJ2B-130" parent="KmSjKLGz71K4W9qImJ2B-123" style="text;strokeColor=none;fillColor=none;align=left;verticalAlign=top;spacingLeft=4;spacingRight=4;overflow=hidden;rotatable=0;points=[[0,0.5],[1,0.5]];portConstraint=eastwest;whiteSpace=wrap;html=1;" value="+ getId(): Long" vertex="1">
          <mxGeometry height="26" width="340" y="144" as="geometry" />
        </mxCell>
        <mxCell id="KmSjKLGz71K4W9qImJ2B-131" parent="KmSjKLGz71K4W9qImJ2B-123" style="text;strokeColor=none;fillColor=none;align=left;verticalAlign=top;spacingLeft=4;spacingRight=4;overflow=hidden;rotatable=0;points=[[0,0.5],[1,0.5]];portConstraint=eastwest;whiteSpace=wrap;html=1;" value="+ getName():String" vertex="1">
          <mxGeometry height="26" width="340" y="170" as="geometry" />
        </mxCell>
        <mxCell id="KmSjKLGz71K4W9qImJ2B-135" parent="KmSjKLGz71K4W9qImJ2B-123" style="text;strokeColor=none;fillColor=none;align=left;verticalAlign=top;spacingLeft=4;spacingRight=4;overflow=hidden;rotatable=0;points=[[0,0.5],[1,0.5]];portConstraint=eastwest;whiteSpace=wrap;html=1;" value="+ setName(String name): String" vertex="1">
          <mxGeometry height="26" width="340" y="196" as="geometry" />
        </mxCell>
        <mxCell id="KmSjKLGz71K4W9qImJ2B-136" parent="KmSjKLGz71K4W9qImJ2B-123" style="text;strokeColor=none;fillColor=none;align=left;verticalAlign=top;spacingLeft=4;spacingRight=4;overflow=hidden;rotatable=0;points=[[0,0.5],[1,0.5]];portConstraint=eastwest;whiteSpace=wrap;html=1;" value="+ setEmail(String email): String" vertex="1">
          <mxGeometry height="26" width="340" y="222" as="geometry" />
        </mxCell>
        <mxCell id="KmSjKLGz71K4W9qImJ2B-138" parent="KmSjKLGz71K4W9qImJ2B-123" style="text;strokeColor=none;fillColor=none;align=left;verticalAlign=top;spacingLeft=4;spacingRight=4;overflow=hidden;rotatable=0;points=[[0,0.5],[1,0.5]];portConstraint=eastwest;whiteSpace=wrap;html=1;" value="+ setGender(Arraylist&amp;lt;Enum&amp;gt; tags): ArrayList&amp;lt;Enum&amp;gt;" vertex="1">
          <mxGeometry height="26" width="340" y="248" as="geometry" />
        </mxCell>
        <mxCell id="KmSjKLGz71K4W9qImJ2B-171" parent="1" style="text;html=1;align=center;verticalAlign=middle;resizable=0;points=[];autosize=1;strokeColor=none;fillColor=none;" value="(1,1)" vertex="1">
          <mxGeometry height="30" width="50" x="370" y="-33" as="geometry" />
        </mxCell>
        <mxCell id="KmSjKLGz71K4W9qImJ2B-172" parent="1" style="text;html=1;align=center;verticalAlign=middle;resizable=0;points=[];autosize=1;strokeColor=none;fillColor=none;" value="(1,n)" vertex="1">
          <mxGeometry height="30" width="50" x="880" y="-40" as="geometry" />
        </mxCell>
        <mxCell id="KmSjKLGz71K4W9qImJ2B-173" parent="1" style="text;html=1;align=center;verticalAlign=middle;resizable=0;points=[];autosize=1;strokeColor=none;fillColor=none;" value="(1,n)" vertex="1">
          <mxGeometry height="30" width="50" x="770" y="518" as="geometry" />
        </mxCell>
        <mxCell id="VC9RXPg_d_1Dh3A2mj1C-2" edge="1" parent="1" source="VC9RXPg_d_1Dh3A2mj1C-1" style="edgeStyle=orthogonalEdgeStyle;rounded=0;orthogonalLoop=1;jettySize=auto;html=1;entryX=1;entryY=0.5;entryDx=0;entryDy=0;" target="KmSjKLGz71K4W9qImJ2B-84">
          <mxGeometry relative="1" as="geometry" />
        </mxCell>
        <mxCell id="VC9RXPg_d_1Dh3A2mj1C-1" parent="1" style="shape=rhombus;perimeter=rhombusPerimeter;whiteSpace=wrap;html=1;align=center;" value="Usuario pede emprestimo de&lt;div&gt;livro&lt;/div&gt;" vertex="1">
          <mxGeometry height="153" width="220" x="-260" y="-109.5" as="geometry" />
        </mxCell>
        <mxCell id="VC9RXPg_d_1Dh3A2mj1C-4" parent="1" style="shape=rhombus;perimeter=rhombusPerimeter;whiteSpace=wrap;html=1;align=center;" value="Tem" vertex="1">
          <mxGeometry height="60" width="120" x="620" y="-33" as="geometry" />
        </mxCell>
        <mxCell id="VC9RXPg_d_1Dh3A2mj1C-8" parent="1" style="shape=rhombus;perimeter=rhombusPerimeter;whiteSpace=wrap;html=1;align=center;" value="Tem" vertex="1">
          <mxGeometry height="60" width="120" x="560" y="522" as="geometry" />
        </mxCell>
        <mxCell id="VC9RXPg_d_1Dh3A2mj1C-11" parent="1" style="shape=rhombus;perimeter=rhombusPerimeter;whiteSpace=wrap;html=1;align=center;" value="possui" vertex="1">
          <mxGeometry height="60" width="120" x="560" y="248" as="geometry" />
        </mxCell>
        <mxCell id="VC9RXPg_d_1Dh3A2mj1C-13" edge="1" parent="1" source="VC9RXPg_d_1Dh3A2mj1C-11" style="edgeStyle=orthogonalEdgeStyle;rounded=0;orthogonalLoop=1;jettySize=auto;html=1;entryX=0.542;entryY=0.005;entryDx=0;entryDy=0;entryPerimeter=0;" target="KmSjKLGz71K4W9qImJ2B-35">
          <mxGeometry relative="1" as="geometry" />
        </mxCell>
        <mxCell id="VC9RXPg_d_1Dh3A2mj1C-14" parent="1" style="text;html=1;align=center;verticalAlign=middle;resizable=0;points=[];autosize=1;strokeColor=none;fillColor=none;" value="(1,1)" vertex="1">
          <mxGeometry height="30" width="50" x="1040" y="218" as="geometry" />
        </mxCell>
        <mxCell id="VC9RXPg_d_1Dh3A2mj1C-15" parent="1" style="text;html=1;align=center;verticalAlign=middle;resizable=0;points=[];autosize=1;strokeColor=none;fillColor=none;" value="(1,n)" vertex="1">
          <mxGeometry height="30" width="50" x="310" y="308" as="geometry" />
        </mxCell>
        <mxCell id="VC9RXPg_d_1Dh3A2mj1C-35" edge="1" parent="1" source="VC9RXPg_d_1Dh3A2mj1C-20" style="edgeStyle=orthogonalEdgeStyle;rounded=0;orthogonalLoop=1;jettySize=auto;html=1;endArrow=none;endFill=0;" target="VC9RXPg_d_1Dh3A2mj1C-34">
          <mxGeometry relative="1" as="geometry" />
        </mxCell>
        <mxCell id="VC9RXPg_d_1Dh3A2mj1C-20" parent="1" style="verticalAlign=top;align=left;overflow=fill;html=1;whiteSpace=wrap;" value="&lt;p style=&quot;margin:0px;margin-top:4px;text-align:center;&quot;&gt;&lt;b&gt;Estoque&lt;/b&gt;&lt;/p&gt;&lt;hr size=&quot;1&quot; style=&quot;border-style:solid;&quot;&gt;&lt;p style=&quot;margin:0px;margin-left:4px;&quot;&gt;- id:Long&lt;/p&gt;&lt;p style=&quot;margin:0px;margin-left:4px;&quot;&gt;- books:Arraylist&amp;lt;Livro&amp;gt;&lt;/p&gt;&lt;hr size=&quot;1&quot; style=&quot;border-style:solid;&quot;&gt;&lt;p style=&quot;margin:0px;margin-left:4px;&quot;&gt;+ getId():Long&lt;/p&gt;&lt;p style=&quot;margin:0px;margin-left:4px;&quot;&gt;+ getBooks():ArrayList&amp;lt;Book&amp;gt;&lt;/p&gt;&lt;p style=&quot;margin:0px;margin-left:4px;&quot;&gt;+ setBooks(): ArrayList&amp;lt;Book&amp;gt;&lt;/p&gt;" vertex="1">
          <mxGeometry height="140" width="190" x="-360" y="521" as="geometry" />
        </mxCell>
        <mxCell id="VC9RXPg_d_1Dh3A2mj1C-21" parent="1" style="verticalAlign=top;align=left;overflow=fill;html=1;whiteSpace=wrap;" value="&lt;p style=&quot;margin:0px;margin-top:4px;text-align:center;&quot;&gt;&lt;i&gt;&amp;lt;&amp;lt;Interface&amp;gt;&amp;gt;&lt;/i&gt;&lt;br&gt;&lt;b&gt;IMulta&lt;/b&gt;&lt;/p&gt;&lt;hr size=&quot;1&quot; style=&quot;border-style:solid;&quot;&gt;&lt;p style=&quot;margin:0px;margin-left:4px;&quot;&gt;+ valuePenalty: Double&lt;br&gt;&lt;/p&gt;&lt;hr size=&quot;1&quot; style=&quot;border-style:solid;&quot;&gt;&lt;p style=&quot;margin:0px;margin-left:4px;&quot;&gt;+ CalcValuePenaltyByDayPassed(Emprestimo loan): Double&lt;br&gt;&lt;br&gt;&lt;/p&gt;" vertex="1">
-           <mxGeometry height="140" width="280" x="-1300" y="-413" as="geometry" />
+           <mxGeometry height="140" width="280" x="-1580" y="-413" as="geometry" />
        </mxCell>
        <mxCell id="VC9RXPg_d_1Dh3A2mj1C-36" edge="1" parent="1" source="VC9RXPg_d_1Dh3A2mj1C-34" style="edgeStyle=orthogonalEdgeStyle;rounded=0;orthogonalLoop=1;jettySize=auto;html=1;" target="KmSjKLGz71K4W9qImJ2B-35">
          <mxGeometry relative="1" as="geometry" />
        </mxCell>
        <mxCell id="VC9RXPg_d_1Dh3A2mj1C-34" parent="1" style="shape=rhombus;perimeter=rhombusPerimeter;whiteSpace=wrap;html=1;align=center;" value="Tem" vertex="1">
          <mxGeometry height="60" width="120" x="-80" y="561" as="geometry" />
        </mxCell>
        <mxCell id="VC9RXPg_d_1Dh3A2mj1C-37" parent="1" style="text;html=1;align=center;verticalAlign=middle;resizable=0;points=[];autosize=1;strokeColor=none;fillColor=none;" value="(1,1)" vertex="1">
          <mxGeometry height="30" width="50" x="-160" y="552" as="geometry" />
        </mxCell>
        <mxCell id="VC9RXPg_d_1Dh3A2mj1C-38" parent="1" style="text;html=1;align=center;verticalAlign=middle;resizable=0;points=[];autosize=1;strokeColor=none;fillColor=none;" value="(1,n)" vertex="1">
          <mxGeometry height="30" width="50" x="90" y="552" as="geometry" />
        </mxCell>
-         <mxCell id="VC9RXPg_d_1Dh3A2mj1C-39" parent="1" style="verticalAlign=top;align=left;overflow=fill;html=1;whiteSpace=wrap;" value="&lt;p style=&quot;margin:0px;margin-top:4px;text-align:center;&quot;&gt;&lt;i&gt;&amp;lt;&amp;lt;Interface&amp;gt;&amp;gt;&lt;/i&gt;&lt;br&gt;&lt;b&gt;IPedidoLivro&lt;/b&gt;&lt;/p&gt;&lt;hr size=&quot;1&quot; style=&quot;border-style:solid;&quot;&gt;&lt;p style=&quot;margin:0px;margin-left:4px;&quot;&gt;+ oderBook: Boolean&lt;br&gt;&lt;/p&gt;&lt;hr size=&quot;1&quot; style=&quot;border-style:solid;&quot;&gt;&lt;p style=&quot;margin:0px;margin-left:4px;&quot;&gt;+ isAuthBookLoan(Enum status): Enum&lt;/p&gt;" vertex="1">
-           <mxGeometry height="110" width="280" x="-950" y="-413" as="geometry" />
+         <mxCell id="-JATr5RUl8CMmcubA7B9-1" edge="1" parent="1" source="VC9RXPg_d_1Dh3A2mj1C-43" style="edgeStyle=orthogonalEdgeStyle;rounded=0;orthogonalLoop=1;jettySize=auto;html=1;entryX=0.025;entryY=0.511;entryDx=0;entryDy=0;entryPerimeter=0;endArrow=none;endFill=0;exitX=0.999;exitY=0.458;exitDx=0;exitDy=0;exitPerimeter=0;" target="-JATr5RUl8CMmcubA7B9-2">
+           <mxGeometry relative="1" as="geometry">
+             <mxPoint x="-1300" y="38.65" as="sourcePoint" />
+             <mxPoint x="-1093.04" y="39.31000000000008" as="targetPoint" />
+           </mxGeometry>
        </mxCell>
        <mxCell id="VC9RXPg_d_1Dh3A2mj1C-41" parent="1" style="swimlane;fontStyle=1;align=center;verticalAlign=top;childLayout=stackLayout;horizontal=1;startSize=26;horizontalStack=0;resizeParent=1;resizeParentMax=0;resizeLast=0;collapsible=1;marginBottom=0;whiteSpace=wrap;html=1;" value="Multa" vertex="1">
-           <mxGeometry height="398" width="280" x="-1290" y="-160" as="geometry" />
+           <mxGeometry height="398" width="280" x="-1570" y="-160" as="geometry" />
        </mxCell>
        <mxCell id="VC9RXPg_d_1Dh3A2mj1C-42" parent="VC9RXPg_d_1Dh3A2mj1C-41" style="text;strokeColor=none;fillColor=none;align=left;verticalAlign=top;spacingLeft=4;spacingRight=4;overflow=hidden;rotatable=0;points=[[0,0.5],[1,0.5]];portConstraint=eastwest;whiteSpace=wrap;html=1;" value="- Id: Long" vertex="1">
          <mxGeometry height="26" width="280" y="26" as="geometry" />
        </mxCell>
        <mxCell id="VC9RXPg_d_1Dh3A2mj1C-47" parent="VC9RXPg_d_1Dh3A2mj1C-41" style="text;strokeColor=none;fillColor=none;align=left;verticalAlign=top;spacingLeft=4;spacingRight=4;overflow=hidden;rotatable=0;points=[[0,0.5],[1,0.5]];portConstraint=eastwest;whiteSpace=wrap;html=1;" value="- payed: Boolean" vertex="1">
          <mxGeometry height="26" width="280" y="52" as="geometry" />
        </mxCell>
        <mxCell id="VC9RXPg_d_1Dh3A2mj1C-51" parent="VC9RXPg_d_1Dh3A2mj1C-41" style="text;strokeColor=none;fillColor=none;align=left;verticalAlign=top;spacingLeft=4;spacingRight=4;overflow=hidden;rotatable=0;points=[[0,0.5],[1,0.5]];portConstraint=eastwest;whiteSpace=wrap;html=1;" value="- Emprestimo loan" vertex="1">
          <mxGeometry height="26" width="280" y="78" as="geometry" />
        </mxCell>
        <mxCell id="VC9RXPg_d_1Dh3A2mj1C-48" parent="VC9RXPg_d_1Dh3A2mj1C-41" style="text;strokeColor=none;fillColor=none;align=left;verticalAlign=top;spacingLeft=4;spacingRight=4;overflow=hidden;rotatable=0;points=[[0,0.5],[1,0.5]];portConstraint=eastwest;whiteSpace=wrap;html=1;" value="- payedDate: LocalDate" vertex="1">
          <mxGeometry height="26" width="280" y="104" as="geometry" />
        </mxCell>
        <mxCell id="dsXsR4ag7PACNrRJgRpK-23" parent="VC9RXPg_d_1Dh3A2mj1C-41" style="text;strokeColor=none;fillColor=none;align=left;verticalAlign=top;spacingLeft=4;spacingRight=4;overflow=hidden;rotatable=0;points=[[0,0.5],[1,0.5]];portConstraint=eastwest;whiteSpace=wrap;html=1;" value="- penaltyDate: LocalDate" vertex="1">
          <mxGeometry height="26" width="280" y="130" as="geometry" />
        </mxCell>
        <mxCell id="dsXsR4ag7PACNrRJgRpK-22" parent="VC9RXPg_d_1Dh3A2mj1C-41" style="text;strokeColor=none;fillColor=none;align=left;verticalAlign=top;spacingLeft=4;spacingRight=4;overflow=hidden;rotatable=0;points=[[0,0.5],[1,0.5]];portConstraint=eastwest;whiteSpace=wrap;html=1;" value="- Status: Enum" vertex="1">
          <mxGeometry height="26" width="280" y="156" as="geometry" />
        </mxCell>
        <mxCell id="VC9RXPg_d_1Dh3A2mj1C-43" parent="VC9RXPg_d_1Dh3A2mj1C-41" style="line;strokeWidth=1;fillColor=none;align=left;verticalAlign=middle;spacingTop=-1;spacingLeft=3;spacingRight=3;rotatable=0;labelPosition=right;points=[];portConstraint=eastwest;strokeColor=inherit;" value="" vertex="1">
          <mxGeometry height="8" width="280" y="182" as="geometry" />
        </mxCell>
        <mxCell id="VC9RXPg_d_1Dh3A2mj1C-49" parent="VC9RXPg_d_1Dh3A2mj1C-41" style="text;strokeColor=none;fillColor=none;align=left;verticalAlign=top;spacingLeft=4;spacingRight=4;overflow=hidden;rotatable=0;points=[[0,0.5],[1,0.5]];portConstraint=eastwest;whiteSpace=wrap;html=1;" value="+ isPayed(): Boolean" vertex="1">
          <mxGeometry height="26" width="280" y="190" as="geometry" />
        </mxCell>
        <mxCell id="VC9RXPg_d_1Dh3A2mj1C-50" parent="VC9RXPg_d_1Dh3A2mj1C-41" style="text;strokeColor=none;fillColor=none;align=left;verticalAlign=top;spacingLeft=4;spacingRight=4;overflow=hidden;rotatable=0;points=[[0,0.5],[1,0.5]];portConstraint=eastwest;whiteSpace=wrap;html=1;" value="+ getPayedDate: LocalDate" vertex="1">
          <mxGeometry height="26" width="280" y="216" as="geometry" />
        </mxCell>
        <mxCell id="VC9RXPg_d_1Dh3A2mj1C-52" parent="VC9RXPg_d_1Dh3A2mj1C-41" style="text;strokeColor=none;fillColor=none;align=left;verticalAlign=top;spacingLeft=4;spacingRight=4;overflow=hidden;rotatable=0;points=[[0,0.5],[1,0.5]];portConstraint=eastwest;whiteSpace=wrap;html=1;" value="+ getLoan():Emprestimo" vertex="1">
          <mxGeometry height="26" width="280" y="242" as="geometry" />
        </mxCell>
        <mxCell id="VC9RXPg_d_1Dh3A2mj1C-53" parent="VC9RXPg_d_1Dh3A2mj1C-41" style="text;strokeColor=none;fillColor=none;align=left;verticalAlign=top;spacingLeft=4;spacingRight=4;overflow=hidden;rotatable=0;points=[[0,0.5],[1,0.5]];portConstraint=eastwest;whiteSpace=wrap;html=1;" value="+ setPayed(Boolean isPayed):Boolean" vertex="1">
          <mxGeometry height="26" width="280" y="268" as="geometry" />
        </mxCell>
        <mxCell id="VC9RXPg_d_1Dh3A2mj1C-54" parent="VC9RXPg_d_1Dh3A2mj1C-41" style="text;strokeColor=none;fillColor=none;align=left;verticalAlign=top;spacingLeft=4;spacingRight=4;overflow=hidden;rotatable=0;points=[[0,0.5],[1,0.5]];portConstraint=eastwest;whiteSpace=wrap;html=1;" value="+ setLoan(Boolean isPayed):Boolean" vertex="1">
          <mxGeometry height="26" width="280" y="294" as="geometry" />
        </mxCell>
        <mxCell id="VC9RXPg_d_1Dh3A2mj1C-55" parent="VC9RXPg_d_1Dh3A2mj1C-41" style="text;strokeColor=none;fillColor=none;align=left;verticalAlign=top;spacingLeft=4;spacingRight=4;overflow=hidden;rotatable=0;points=[[0,0.5],[1,0.5]];portConstraint=eastwest;whiteSpace=wrap;html=1;" value="+ setPayedDate(LocalDate date):LocalDate" vertex="1">
          <mxGeometry height="26" width="280" y="320" as="geometry" />
        </mxCell>
        <mxCell id="dsXsR4ag7PACNrRJgRpK-24" parent="VC9RXPg_d_1Dh3A2mj1C-41" style="text;strokeColor=none;fillColor=none;align=left;verticalAlign=top;spacingLeft=4;spacingRight=4;overflow=hidden;rotatable=0;points=[[0,0.5],[1,0.5]];portConstraint=eastwest;whiteSpace=wrap;html=1;" value="+ setPenaltyDate(LocalDate date):LocalDate" vertex="1">
          <mxGeometry height="26" width="280" y="346" as="geometry" />
        </mxCell>
        <mxCell id="dsXsR4ag7PACNrRJgRpK-25" parent="VC9RXPg_d_1Dh3A2mj1C-41" style="text;strokeColor=none;fillColor=none;align=left;verticalAlign=top;spacingLeft=4;spacingRight=4;overflow=hidden;rotatable=0;points=[[0,0.5],[1,0.5]];portConstraint=eastwest;whiteSpace=wrap;html=1;" value="+ setStatus(Enum status ):void" vertex="1">
          <mxGeometry height="26" width="280" y="372" as="geometry" />
        </mxCell>
        <mxCell id="VC9RXPg_d_1Dh3A2mj1C-45" edge="1" parent="1" source="VC9RXPg_d_1Dh3A2mj1C-41" style="edgeStyle=orthogonalEdgeStyle;rounded=0;orthogonalLoop=1;jettySize=auto;html=1;entryX=0.536;entryY=1.021;entryDx=0;entryDy=0;entryPerimeter=0;" target="VC9RXPg_d_1Dh3A2mj1C-21">
          <mxGeometry relative="1" as="geometry" />
        </mxCell>
        <mxCell id="dsXsR4ag7PACNrRJgRpK-2" edge="1" parent="1" source="dsXsR4ag7PACNrRJgRpK-1" style="edgeStyle=orthogonalEdgeStyle;rounded=0;orthogonalLoop=1;jettySize=auto;html=1;entryX=0.5;entryY=1;entryDx=0;entryDy=0;endArrow=none;endFill=0;" target="dsXsR4ag7PACNrRJgRpK-3">
          <mxGeometry relative="1" as="geometry">
            <mxPoint x="-595" y="660" as="targetPoint" />
          </mxGeometry>
        </mxCell>
        <mxCell id="dsXsR4ag7PACNrRJgRpK-7" edge="1" parent="1" source="dsXsR4ag7PACNrRJgRpK-1" style="edgeStyle=orthogonalEdgeStyle;rounded=0;orthogonalLoop=1;jettySize=auto;html=1;" target="dsXsR4ag7PACNrRJgRpK-8">
          <mxGeometry relative="1" as="geometry">
            <mxPoint x="-250" y="870" as="targetPoint" />
          </mxGeometry>
        </mxCell>
        <mxCell id="dsXsR4ag7PACNrRJgRpK-1" parent="1" style="verticalAlign=top;align=left;overflow=fill;html=1;whiteSpace=wrap;" value="&lt;p style=&quot;margin:0px;margin-top:4px;text-align:center;&quot;&gt;&lt;b&gt;Movimentacao&lt;/b&gt;&lt;/p&gt;&lt;hr size=&quot;1&quot; style=&quot;border-style:solid;&quot;&gt;&lt;p style=&quot;margin:0px;margin-left:4px;&quot;&gt;- id:Long&lt;/p&gt;&lt;p style=&quot;margin:0px;margin-left:4px;&quot;&gt;- stock: Estoque&lt;/p&gt;&lt;p style=&quot;margin:0px;margin-left:4px;&quot;&gt;- lean: Emprestimo&lt;/p&gt;&lt;p style=&quot;margin:0px;margin-left:4px;&quot;&gt;- typeItem: Enum&lt;/p&gt;&lt;p style=&quot;margin:0px;margin-left:4px;&quot;&gt;- qtd: int&lt;/p&gt;&lt;p style=&quot;margin:0px;margin-left:4px;&quot;&gt;&lt;span style=&quot;background-color: transparent; color: light-dark(rgb(0, 0, 0), rgb(255, 255, 255));&quot;&gt;- createdDate: LocalDate&lt;/span&gt;&lt;/p&gt;&lt;hr size=&quot;1&quot; style=&quot;border-style:solid;&quot;&gt;&lt;p style=&quot;margin:0px;margin-left:4px;&quot;&gt;+ getId():Long&lt;/p&gt;&lt;p style=&quot;margin:0px;margin-left:4px;&quot;&gt;+ getStock(): Estoque&lt;/p&gt;&lt;p style=&quot;margin:0px;margin-left:4px;&quot;&gt;+ setQtd(int qtd): int&lt;/p&gt;&lt;p style=&quot;margin:0px;margin-left:4px;&quot;&gt;+ setTypeItem(Enum type):void&lt;/p&gt;&lt;p style=&quot;margin:0px;margin-left:4px;&quot;&gt;&lt;br&gt;&lt;/p&gt;" vertex="1">
-           <mxGeometry height="200" width="210" x="-700" y="820" as="geometry" />
-         </mxCell>
-         <mxCell id="dsXsR4ag7PACNrRJgRpK-4" edge="1" parent="1" source="dsXsR4ag7PACNrRJgRpK-3" style="edgeStyle=orthogonalEdgeStyle;rounded=0;orthogonalLoop=1;jettySize=auto;html=1;entryX=0.516;entryY=0.979;entryDx=0;entryDy=0;entryPerimeter=0;" target="VC9RXPg_d_1Dh3A2mj1C-32">
-           <mxGeometry relative="1" as="geometry">
-             <mxPoint x="-595" y="480" as="targetPoint" />
+           <mxGeometry height="200" width="210" x="-717.5" y="820" as="geometry" />
+         </mxCell>
+         <mxCell id="dsXsR4ag7PACNrRJgRpK-4" edge="1" parent="1" source="dsXsR4ag7PACNrRJgRpK-3" style="edgeStyle=orthogonalEdgeStyle;rounded=0;orthogonalLoop=1;jettySize=auto;html=1;entryX=0.462;entryY=1.032;entryDx=0;entryDy=0;entryPerimeter=0;" target="VC9RXPg_d_1Dh3A2mj1C-31">
+           <mxGeometry relative="1" as="geometry">
+             <mxPoint x="-595.1999999999998" y="383.45399999999995" as="targetPoint" />
          </mxGeometry>
        </mxCell>
        <mxCell id="dsXsR4ag7PACNrRJgRpK-3" parent="1" style="shape=rhombus;perimeter=rhombusPerimeter;whiteSpace=wrap;html=1;align=center;" value="retira livros/devovle" vertex="1">
-           <mxGeometry height="80" width="155" x="-672.5" y="596" as="geometry" />
+           <mxGeometry height="80" width="155" x="-690" y="596" as="geometry" />
        </mxCell>
        <mxCell id="dsXsR4ag7PACNrRJgRpK-5" parent="1" style="text;html=1;align=center;verticalAlign=middle;resizable=0;points=[];autosize=1;strokeColor=none;fillColor=none;" value="(1,1)" vertex="1">
          <mxGeometry height="30" width="50" x="-580" y="450" as="geometry" />
        </mxCell>
        <mxCell id="dsXsR4ag7PACNrRJgRpK-6" parent="1" style="text;html=1;align=center;verticalAlign=middle;resizable=0;points=[];autosize=1;strokeColor=none;fillColor=none;" value="(1,1)" vertex="1">
          <mxGeometry height="30" width="50" x="-567.5" y="780" as="geometry" />
        </mxCell>
        <mxCell id="dsXsR4ag7PACNrRJgRpK-8" parent="1" style="shape=rhombus;perimeter=rhombusPerimeter;whiteSpace=wrap;html=1;align=center;" value="entrada/saida" vertex="1">
          <mxGeometry height="60" width="120" x="-310" y="899" as="geometry" />
        </mxCell>
        <mxCell id="dsXsR4ag7PACNrRJgRpK-9" edge="1" parent="1" source="dsXsR4ag7PACNrRJgRpK-8" style="edgeStyle=orthogonalEdgeStyle;rounded=0;orthogonalLoop=1;jettySize=auto;html=1;entryX=0.583;entryY=1.003;entryDx=0;entryDy=0;entryPerimeter=0;" target="VC9RXPg_d_1Dh3A2mj1C-20">
          <mxGeometry relative="1" as="geometry">
            <mxPoint x="-250" y="690" as="targetPoint" />
          </mxGeometry>
        </mxCell>
        <mxCell id="dsXsR4ag7PACNrRJgRpK-13" parent="1" style="text;html=1;align=center;verticalAlign=middle;resizable=0;points=[];autosize=1;strokeColor=none;fillColor=none;" value="(1,n)" vertex="1">
          <mxGeometry height="30" width="50" x="-490" y="890" as="geometry" />
        </mxCell>
        <mxCell id="dsXsR4ag7PACNrRJgRpK-14" parent="1" style="text;html=1;align=center;verticalAlign=middle;resizable=0;points=[];autosize=1;strokeColor=none;fillColor=none;" value="(1,n)" vertex="1">
          <mxGeometry height="30" width="50" x="-310" y="670" as="geometry" />
        </mxCell>
        <mxCell id="dsXsR4ag7PACNrRJgRpK-18" parent="1" style="shape=rhombus;perimeter=rhombusPerimeter;whiteSpace=wrap;html=1;align=center;" value="tem" vertex="1">
          <mxGeometry height="60" width="120" x="1230" y="400" as="geometry" />
        </mxCell>
        <mxCell id="dsXsR4ag7PACNrRJgRpK-19" edge="1" parent="1" source="dsXsR4ag7PACNrRJgRpK-18" style="edgeStyle=orthogonalEdgeStyle;rounded=0;orthogonalLoop=1;jettySize=auto;html=1;entryX=0.544;entryY=1.038;entryDx=0;entryDy=0;entryPerimeter=0;" target="KmSjKLGz71K4W9qImJ2B-138">
          <mxGeometry relative="1" as="geometry" />
        </mxCell>
        <mxCell id="dsXsR4ag7PACNrRJgRpK-20" parent="1" style="text;html=1;align=center;verticalAlign=middle;resizable=0;points=[];autosize=1;strokeColor=none;fillColor=none;" value="(1,1)" vertex="1">
          <mxGeometry height="30" width="50" x="1140" y="218" as="geometry" />
        </mxCell>
        <mxCell id="dsXsR4ag7PACNrRJgRpK-21" parent="1" style="text;html=1;align=center;verticalAlign=middle;resizable=0;points=[];autosize=1;strokeColor=none;fillColor=none;" value="(1,N)" vertex="1">
          <mxGeometry height="30" width="50" x="1090" y="521" as="geometry" />
+         </mxCell>
+         <mxCell id="-JATr5RUl8CMmcubA7B9-2" parent="1" style="shape=rhombus;perimeter=rhombusPerimeter;whiteSpace=wrap;html=1;align=center;" value="Possui" vertex="1">
+           <mxGeometry height="60" width="120" x="-1110" y="-4" as="geometry" />
+         </mxCell>
+         <mxCell id="-JATr5RUl8CMmcubA7B9-3" edge="1" parent="1" source="-JATr5RUl8CMmcubA7B9-2" style="edgeStyle=orthogonalEdgeStyle;rounded=0;orthogonalLoop=1;jettySize=auto;html=1;entryX=0;entryY=0.5;entryDx=0;entryDy=0;entryPerimeter=0;" target="KmSjKLGz71K4W9qImJ2B-86">
+           <mxGeometry relative="1" as="geometry" />
+         </mxCell>
+         <mxCell id="-JATr5RUl8CMmcubA7B9-4" parent="1" style="text;html=1;align=center;verticalAlign=middle;resizable=0;points=[];autosize=1;strokeColor=none;fillColor=none;" value="(1,1)" vertex="1">
+           <mxGeometry height="30" width="50" x="-1280" y="-10" as="geometry" />
+         </mxCell>
+         <mxCell id="-JATr5RUl8CMmcubA7B9-5" parent="1" style="text;html=1;align=center;verticalAlign=middle;resizable=0;points=[];autosize=1;strokeColor=none;fillColor=none;" value="(1,1)" vertex="1">
+           <mxGeometry height="30" width="50" x="-820" y="-48" as="geometry" />
        </mxCell>
      </root>
    </mxGraphModel>
  </diagram>
</mxfile>
